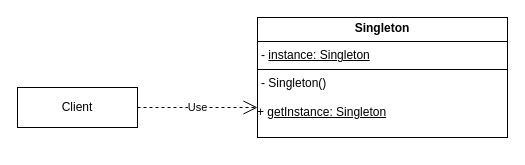
Before: docs/diagrams/creational/Singleton.drawio in AntonKhliebnikov/GoF-Patterns, a draw.io diagram. Source tidied: cells renumbered, new cells numbered last; positions are measured from the earlier drawing's top-left corner, leaving out a move shared by most shapes. Both pictures are drawn from the tidied source at 100%, with x=0, y=0 at pixel (17, 17).
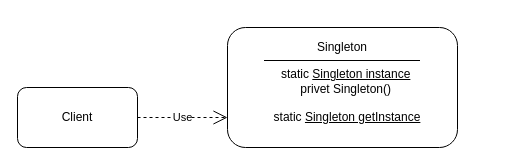
The same page after the edit.

Change to the diagram source:
```diff
@@
 <mxGraphModel>
   <root>
     <mxCell id="0" />
     <mxCell id="1" parent="0" />
+    <mxCell id="3" value="Use" style="endArrow=open;endSize=12;dashed=1;html=1;rounded=0;exitX=1;exitY=0.5;exitDx=0;exitDy=0;entryX=0;entryY=0.75;entryDx=0;entryDy=0;" parent="1" edge="1" source="2" target="5">
+      <mxGeometry relative="1" as="geometry" />
+    </mxCell>
+    <mxCell id="5" value="&lt;p style=&quot;border-color: var(--border-color); margin: 4px 0px 0px;&quot;&gt;Singleton&lt;/p&gt;&lt;hr style=&quot;border-color: var(--border-color); border-style: solid;&quot; size=&quot;1&quot;&gt;&lt;p style=&quot;border-color: var(--border-color); margin: 0px 0px 0px 4px;&quot;&gt;&amp;nbsp;static&amp;nbsp;&lt;u style=&quot;border-color: var(--border-color);&quot;&gt;Singleton instance&lt;/u&gt;&lt;/p&gt;&lt;p style=&quot;border-color: var(--border-color); margin: 0px 0px 0px 4px;&quot;&gt;&amp;nbsp;privet Singleton()&lt;/p&gt;&lt;p style=&quot;border-color: var(--border-color); margin: 0px 0px 0px 4px;&quot;&gt;&lt;br style=&quot;border-color: var(--border-color);&quot;&gt;&lt;/p&gt;&lt;div style=&quot;border-color: var(--border-color);&quot;&gt;&lt;span style=&quot;border-color: var(--border-color); background-color: transparent;&quot;&gt;&amp;nbsp; &amp;nbsp;static&amp;nbsp;&lt;u style=&quot;border-color: var(--border-color);&quot;&gt;Singleton getInstance&lt;/u&gt;&lt;/span&gt;&lt;/div&gt;&lt;div style=&quot;border-color: var(--border-color);&quot;&gt;&lt;br style=&quot;border-color: var(--border-color); text-align: left;&quot;&gt;&lt;/div&gt;" style="rounded=1;whiteSpace=wrap;html=1;" parent="1" vertex="1">
+      <mxGeometry x="210" y="10" width="230" height="120" as="geometry" />
+    </mxCell>
-    <mxCell id="2" value="Client" style="rounded=0;whiteSpace=wrap;html=1;" parent="1" vertex="1">
-      <mxGeometry y="70" width="120" height="40" as="geometry" />
+    <mxCell id="2" value="Client" style="rounded=1;whiteSpace=wrap;html=1;" parent="1" vertex="1">
+      <mxGeometry y="70" width="120" height="60" as="geometry" />
     </mxCell>
-    <mxCell id="3" value="Use" style="endArrow=open;endSize=12;dashed=1;html=1;rounded=0;exitX=1;exitY=0.5;exitDx=0;exitDy=0;entryX=0;entryY=0.75;entryDx=0;entryDy=0;" parent="1" edge="1" source="2" target="4">
-      <mxGeometry relative="1" as="geometry" />
-    </mxCell>
-    <mxCell id="4" value="&lt;p style=&quot;margin:0px;margin-top:4px;text-align:center;&quot;&gt;&lt;span style=&quot;font-weight: 700;&quot;&gt;Singleton&lt;/span&gt;&lt;/p&gt;&lt;hr size=&quot;1&quot; style=&quot;border-style:solid;&quot;&gt;&lt;p style=&quot;margin:0px;margin-left:4px;&quot;&gt;-&amp;nbsp;&lt;u&gt;instance: Singleton&lt;/u&gt;&lt;/p&gt;&lt;hr size=&quot;1&quot; style=&quot;border-style:solid;&quot;&gt;&lt;p style=&quot;margin:0px;margin-left:4px;&quot;&gt;- Singleton()&lt;/p&gt;&lt;p style=&quot;margin:0px;margin-left:4px;&quot;&gt;&lt;br&gt;&lt;/p&gt;&lt;div&gt;&lt;span style=&quot;background-color: transparent; color: light-dark(rgb(0, 0, 0), rgb(255, 255, 255));&quot;&gt;+&amp;nbsp;&lt;u&gt;getInstance: Singleton&lt;/u&gt;&lt;/span&gt;&lt;/div&gt;&lt;div&gt;&lt;br&gt;&lt;/div&gt;&lt;div&gt;&lt;br&gt;&lt;/div&gt;" style="verticalAlign=top;align=left;overflow=fill;html=1;whiteSpace=wrap;" parent="1" vertex="1">
-      <mxGeometry x="240" width="250" height="120" as="geometry" />
-    </mxCell>
   </root>
 </mxGraphModel>
```
